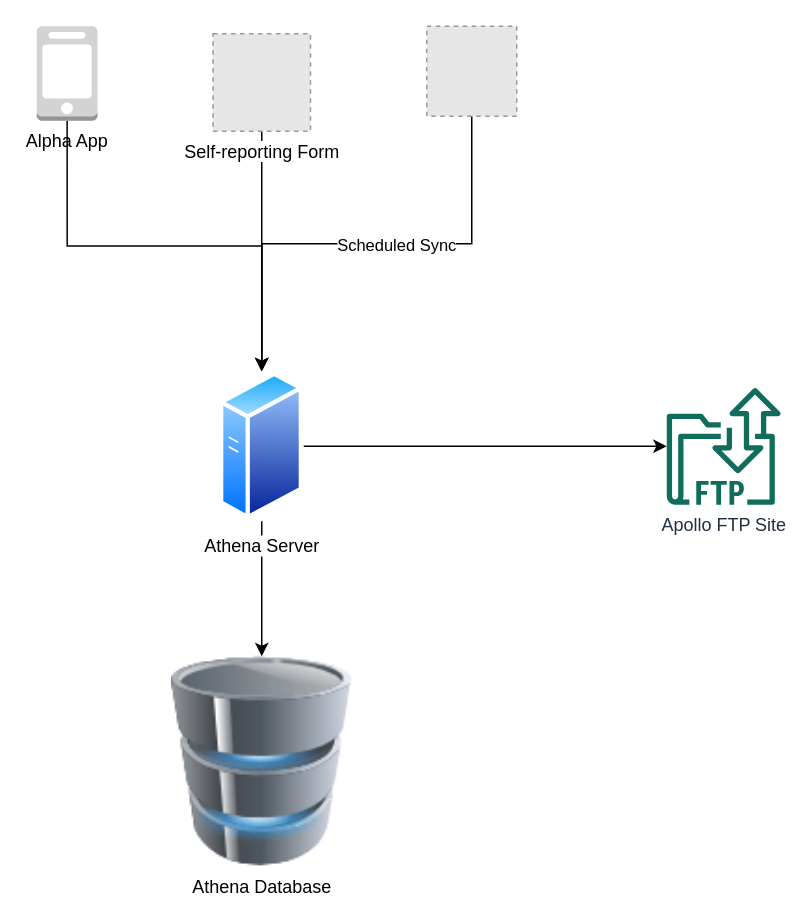
This is Scenarios/Alpha_Organisation/diagrams/Athena.drawio from corndeladmin/DevOps-Unit-12-Workshop, a draw.io file, before an edit. Source tidied: cells renumbered, new cells numbered last; positions are measured from the earlier drawing's top-left corner, leaving out a move shared by most shapes. Both pictures are drawn from the tidied source at 150%, with x=0, y=0 at pixel (36, 26). Pictures stored in the file or linked from it are replaced by grey dashed boxes.
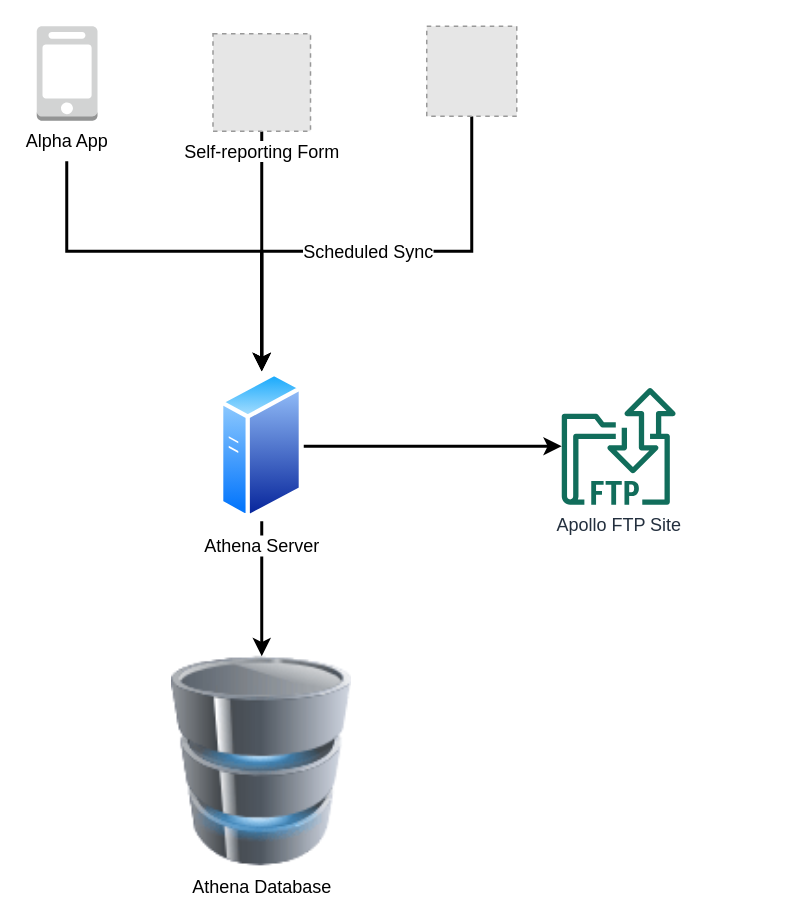
The same diagram, later.

Change to the diagram source:
```diff
@@
 <mxGraphModel>
   <root>
     <mxCell id="0" />
     <mxCell id="1" parent="0" />
     <mxCell id="2" value="Athena Database" style="image;html=1;image=img/lib/clip_art/computers/Database_128x128.png;" parent="1" vertex="1">
       <mxGeometry x="90" y="420" width="120" height="140" as="geometry" />
     </mxCell>
-    <mxCell id="3" style="edgeStyle=orthogonalEdgeStyle;rounded=0;jettySize=auto;html=1;exitX=0.5;exitY=1;exitDx=0;exitDy=0;entryX=0.5;entryY=0;entryDx=0;entryDy=0;" parent="1" edge="1" source="5" target="2">
+    <mxCell id="3" style="edgeStyle=orthogonalEdgeStyle;rounded=0;jettySize=auto;html=1;exitX=0.5;exitY=1;exitDx=0;exitDy=0;entryX=0.5;entryY=0;entryDx=0;entryDy=0;strokeWidth=2;" parent="1" edge="1" source="5" target="2">
       <mxGeometry relative="1" as="geometry" />
     </mxCell>
-    <mxCell id="4" style="edgeStyle=orthogonalEdgeStyle;rounded=0;jettySize=auto;html=1;exitX=1;exitY=0.5;exitDx=0;exitDy=0;startArrow=none;startFill=0;" parent="1" edge="1" source="5" target="6">
+    <mxCell id="4" style="edgeStyle=orthogonalEdgeStyle;rounded=0;jettySize=auto;html=1;exitX=1;exitY=0.5;exitDx=0;exitDy=0;startArrow=none;startFill=0;strokeWidth=2;" parent="1" edge="1" source="5" target="6">
       <mxGeometry relative="1" as="geometry" />
     </mxCell>
     <mxCell id="5" value="Athena Server" style="perimeter=ellipsePerimeter;html=1;align=center;shadow=0;dashed=0;spacingTop=3;image;image=img/lib/active_directory/generic_server.svg;" parent="1" vertex="1">
       <mxGeometry x="122" y="230" width="56" height="100" as="geometry" />
     </mxCell>
     <mxCell id="6" value="Apollo FTP Site" style="outlineConnect=0;fontColor=#232F3E;gradientColor=none;fillColor=#116D5B;strokeColor=none;dashed=0;verticalLabelPosition=bottom;verticalAlign=top;align=center;html=1;fontSize=12;fontStyle=0;shape=mxgraph.aws4.transfer_for_ftp_resource;" parent="1" vertex="1">
-      <mxGeometry x="420" y="241" width="76" height="78" as="geometry" />
+      <mxGeometry x="350" y="241" width="76" height="78" as="geometry" />
     </mxCell>
-    <mxCell id="7" style="edgeStyle=orthogonalEdgeStyle;rounded=0;jettySize=auto;html=1;exitX=0.5;exitY=1;exitDx=0;exitDy=0;entryX=0.5;entryY=0;entryDx=0;entryDy=0;" parent="1" edge="1" source="9" target="5">
-      <mxGeometry relative="1" as="geometry" />
+    <mxCell id="7" style="edgeStyle=orthogonalEdgeStyle;rounded=0;jettySize=auto;html=1;exitX=0.5;exitY=1;exitDx=0;exitDy=0;entryX=0.5;entryY=0;entryDx=0;entryDy=0;strokeWidth=2;" parent="1" edge="1" source="9" target="5">
+      <mxGeometry relative="1" as="geometry">
+        <Array as="points">
+          <mxPoint x="290" y="150" />
+          <mxPoint x="150" y="150" />
+        </Array>
+      </mxGeometry>
     </mxCell>
-    <mxCell id="8" value="Scheduled Sync" style="edgeLabel;html=1;align=center;verticalAlign=middle;" parent="7" vertex="1">
-      <mxGeometry x="-0.12" relative="1" as="geometry" />
+    <mxCell id="8" value="Scheduled Sync" style="edgeLabel;html=1;align=center;verticalAlign=middle;fontSize=12;" parent="7" vertex="1">
+      <mxGeometry x="-0.12" relative="1" as="geometry">
+        <mxPoint x="-24" as="offset" />
+      </mxGeometry>
     </mxCell>
     <mxCell id="9" style="fillColor=#E6E6E6;strokeColor=#999999;dashed=1;html=1;verticalAlign=top;verticalLabelPosition=bottom;labelBackgroundColor=#ffffff;" parent="1" vertex="1">
       <mxGeometry x="260" width="60" height="60" as="geometry" />
     </mxCell>
-    <mxCell id="10" style="edgeStyle=orthogonalEdgeStyle;rounded=0;jettySize=auto;html=1;exitX=0.5;exitY=1;exitDx=0;exitDy=0;entryX=0.5;entryY=0;entryDx=0;entryDy=0;" parent="1" edge="1" source="11" target="5">
+    <mxCell id="10" style="edgeStyle=orthogonalEdgeStyle;rounded=0;jettySize=auto;html=1;exitX=0.5;exitY=1;exitDx=0;exitDy=0;entryX=0.5;entryY=0;entryDx=0;entryDy=0;strokeWidth=2;" parent="1" edge="1" source="11" target="5">
       <mxGeometry relative="1" as="geometry" />
     </mxCell>
     <mxCell id="11" value="Self-reporting Form" style="fillColor=#E6E6E6;strokeColor=#999999;dashed=1;html=1;verticalAlign=top;verticalLabelPosition=bottom;labelBackgroundColor=#ffffff;" parent="1" vertex="1">
       <mxGeometry x="117.5" y="5" width="65" height="65" as="geometry" />
     </mxCell>
-    <mxCell id="12" style="edgeStyle=orthogonalEdgeStyle;rounded=0;jettySize=auto;html=1;exitX=0.5;exitY=1;exitDx=0;exitDy=0;exitPerimeter=0;entryX=0.5;entryY=0;entryDx=0;entryDy=0;" parent="1" edge="1" source="13" target="5">
-      <mxGeometry relative="1" as="geometry" />
+    <mxCell id="12" style="edgeStyle=orthogonalEdgeStyle;rounded=0;jettySize=auto;html=1;entryX=0.5;entryY=0;entryDx=0;entryDy=0;sourcePerimeterSpacing=24;startSize=35;targetPerimeterSpacing=18;endSize=6;strokeWidth=2;" parent="1" edge="1" target="5">
+      <mxGeometry relative="1" as="geometry">
+        <mxPoint x="20" y="90" as="sourcePoint" />
+        <Array as="points">
+          <mxPoint x="20" y="150" />
+          <mxPoint x="150" y="150" />
+        </Array>
+      </mxGeometry>
     </mxCell>
     <mxCell id="13" value="Alpha App" style="outlineConnect=0;dashed=0;verticalLabelPosition=bottom;verticalAlign=top;align=center;html=1;shape=mxgraph.aws3.mobile_client;fillColor=#D2D3D3;gradientColor=none;" parent="1" vertex="1">
       <mxGeometry width="40.5" height="63" as="geometry" />
     </mxCell>
   </root>
 </mxGraphModel>
```
